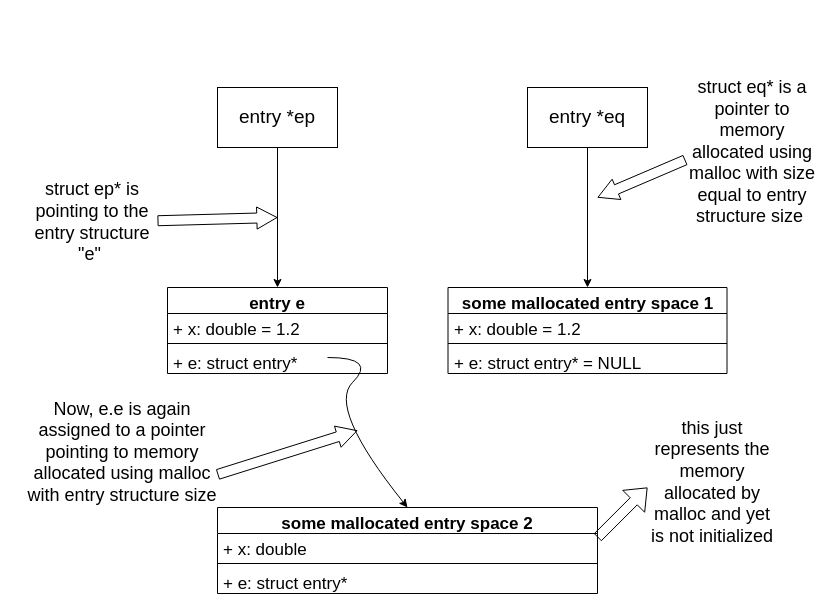
This is Assignments/5/drawings/Q1.drawio from eternalstudy30112004/DSALab, a draw.io file, before an edit. Source tidied: cells renumbered, new cells numbered last; positions are measured from the earlier drawing's top-left corner, leaving out a move shared by most shapes. Both pictures are drawn from the tidied source at 100%, with x=0, y=0 at pixel (17, 87).
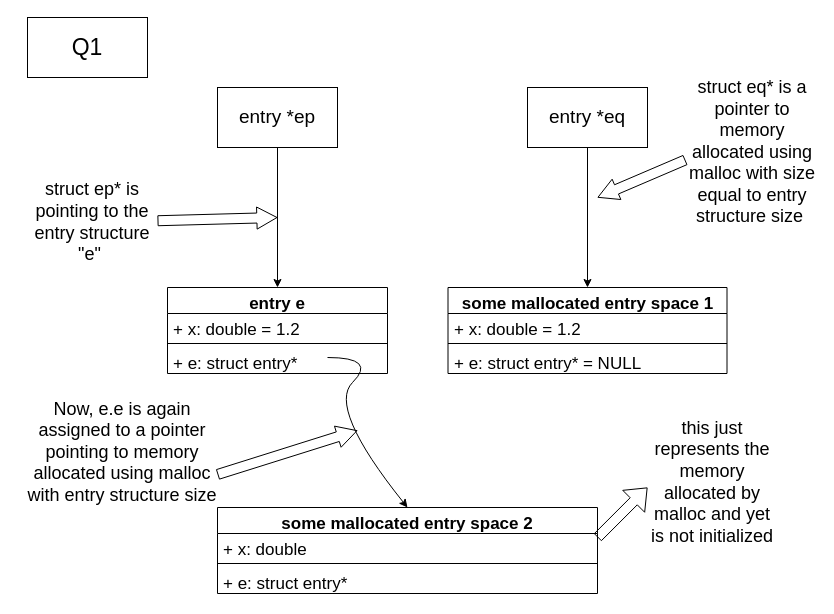
After the change.

The edit, as a diff of the source:
```diff
@@
+    <mxCell id="29" value="&lt;font style=&quot;font-size: 23px;&quot;&gt;Q1&lt;/font&gt;" style="rounded=0;whiteSpace=wrap;html=1;" parent="1" vertex="1">
+      <mxGeometry x="10" y="-70" width="120" height="60" as="geometry" />
+    </mxCell>
```
